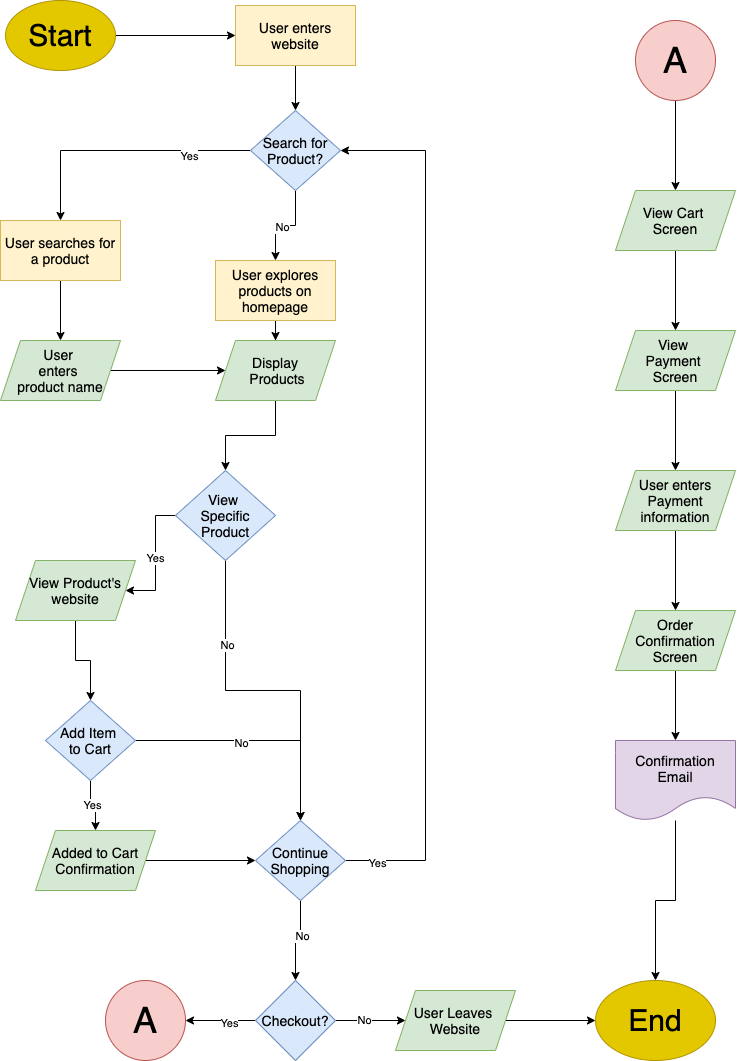
This is part2/part2.drawio.png from Manav-Ram19/wi21-cse110-lab4, a draw.io export, as it was before one commit. Source tidied: cells renumbered, new cells last; positions are measured from the earlier drawing's top-left corner, leaving out a move shared by most shapes.
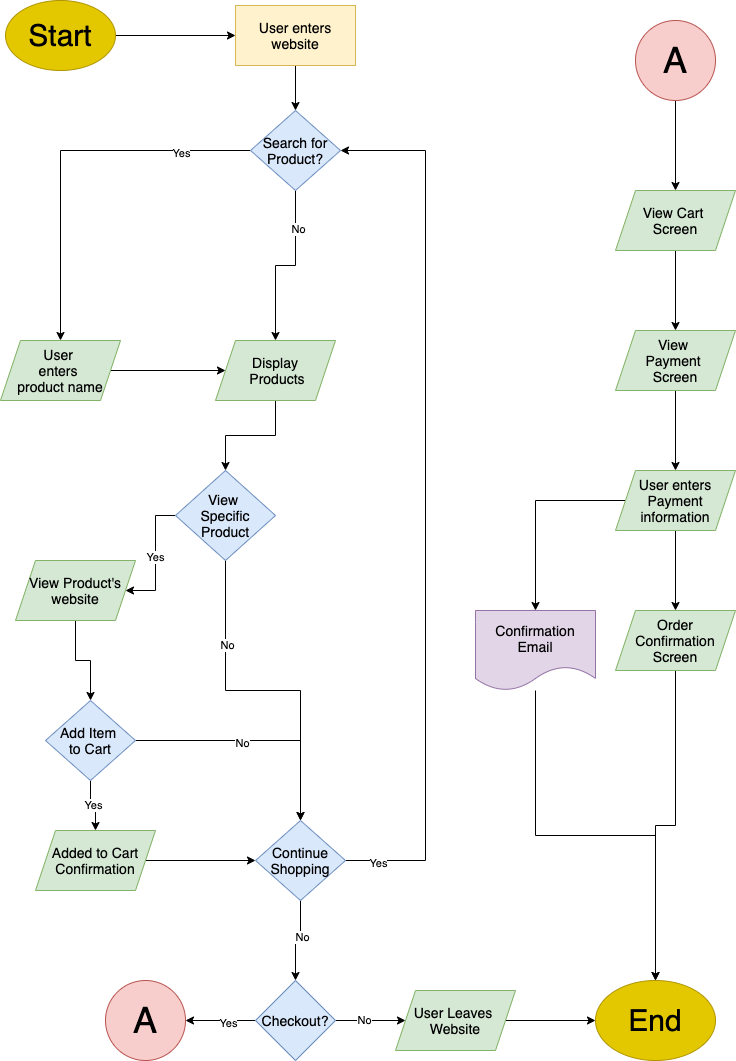
The same diagram one commit later.

Diff of the diagram source:
```diff
@@ -14,18 +14,6 @@
     <mxCell id="5" value="&lt;font color=&quot;#000000&quot; style=&quot;font-size: 14px&quot;&gt;User enters website&lt;/font&gt;" style="rounded=0;whiteSpace=wrap;html=1;fillColor=#fff2cc;strokeColor=#d6b656;" parent="1" vertex="1">
       <mxGeometry x="235" y="5" width="120" height="60" as="geometry" />
     </mxCell>
-    <mxCell id="6" style="edgeStyle=orthogonalEdgeStyle;rounded=0;jettySize=auto;html=1;shadow=0;" parent="1" edge="1" source="7" target="13">
-      <mxGeometry relative="1" as="geometry" />
-    </mxCell>
-    <mxCell id="7" value="&lt;font color=&quot;#000000&quot; style=&quot;font-size: 14px&quot;&gt;User explores products on homepage&lt;/font&gt;" style="rounded=0;whiteSpace=wrap;html=1;fillColor=#fff2cc;strokeColor=#d6b656;" parent="1" vertex="1">
-      <mxGeometry x="215" y="260" width="120" height="60" as="geometry" />
-    </mxCell>
-    <mxCell id="8" style="edgeStyle=orthogonalEdgeStyle;rounded=0;jettySize=auto;html=1;shadow=0;" parent="1" edge="1" source="9" target="11">
-      <mxGeometry relative="1" as="geometry" />
-    </mxCell>
-    <mxCell id="9" value="&lt;font color=&quot;#000000&quot; style=&quot;font-size: 14px&quot;&gt;User searches for a product&lt;/font&gt;" style="rounded=0;whiteSpace=wrap;html=1;fillColor=#fff2cc;strokeColor=#d6b656;" parent="1" vertex="1">
-      <mxGeometry y="220" width="120" height="60" as="geometry" />
-    </mxCell>
     <mxCell id="10" style="edgeStyle=orthogonalEdgeStyle;rounded=0;jettySize=auto;html=1;shadow=0;" parent="1" edge="1" source="11" target="13">
       <mxGeometry relative="1" as="geometry" />
     </mxCell>
@@ -94,19 +82,17 @@
     <mxCell id="30" value="&lt;font color=&quot;#000000&quot; style=&quot;font-size: 14px&quot;&gt;Continue Shopping&lt;/font&gt;" style="rhombus;whiteSpace=wrap;html=1;rounded=0;strokeColor=#6c8ebf;fillColor=#dae8fc;" parent="1" vertex="1">
       <mxGeometry x="255" y="820" width="90" height="80" as="geometry" />
     </mxCell>
-    <mxCell id="31" style="edgeStyle=orthogonalEdgeStyle;rounded=0;jettySize=auto;html=1;entryX=0.5;entryY=0;entryDx=0;entryDy=0;shadow=0;" parent="1" edge="1" source="35" target="9">
-      <mxGeometry relative="1" as="geometry" />
-    </mxCell>
+    <mxCell id="57" style="edgeStyle=orthogonalEdgeStyle;rounded=0;jettySize=auto;html=1;" parent="1" edge="1" source="35" target="11">
+      <mxGeometry relative="1" as="geometry" />
+    </mxCell>
-    <mxCell id="32" value="Yes" style="edgeLabel;html=1;align=center;verticalAlign=middle;" parent="31" vertex="1">
-      <mxGeometry x="-0.53" y="5" relative="1" as="geometry" />
+    <mxCell id="32" value="Yes" style="edgeLabel;html=1;align=center;verticalAlign=middle;" parent="57" vertex="1">
+      <mxGeometry x="-0.63" y="2" relative="1" as="geometry" />
     </mxCell>
-    <mxCell id="33" style="edgeStyle=orthogonalEdgeStyle;rounded=0;jettySize=auto;html=1;entryX=0.5;entryY=0;entryDx=0;entryDy=0;shadow=0;" parent="1" edge="1" source="35" target="7">
-      <mxGeometry relative="1" as="geometry" />
-    </mxCell>
+    <mxCell id="58" style="edgeStyle=orthogonalEdgeStyle;rounded=0;jettySize=auto;html=1;" parent="1" edge="1" source="35" target="13">
+      <mxGeometry relative="1" as="geometry" />
+    </mxCell>
-    <mxCell id="34" value="No" style="edgeLabel;html=1;align=center;verticalAlign=middle;" parent="33" vertex="1">
-      <mxGeometry x="0.11" y="1" relative="1" as="geometry">
-        <mxPoint x="1" as="offset" />
-      </mxGeometry>
+    <mxCell id="34" value="No" style="edgeLabel;html=1;align=center;verticalAlign=middle;" parent="58" vertex="1">
+      <mxGeometry x="-0.54" y="2" relative="1" as="geometry" />
     </mxCell>
     <mxCell id="35" value="&lt;font color=&quot;#000000&quot; style=&quot;font-size: 14px&quot;&gt;Search for Product?&lt;/font&gt;" style="rhombus;whiteSpace=wrap;html=1;rounded=0;strokeColor=#6c8ebf;fillColor=#dae8fc;" parent="1" vertex="1">
       <mxGeometry x="250" y="110" width="90" height="80" as="geometry" />
@@ -159,12 +145,15 @@
     <mxCell id="51" style="edgeStyle=orthogonalEdgeStyle;rounded=0;jettySize=auto;html=1;shadow=0;" parent="1" edge="1" source="52" target="54">
       <mxGeometry relative="1" as="geometry" />
     </mxCell>
+    <mxCell id="59" style="edgeStyle=orthogonalEdgeStyle;rounded=0;jettySize=auto;html=1;" parent="1" edge="1" source="52" target="56">
+      <mxGeometry relative="1" as="geometry" />
+    </mxCell>
     <mxCell id="52" value="&lt;font color=&quot;#000000&quot;&gt;&lt;span style=&quot;font-size: 14px&quot;&gt;User enters Payment information&lt;/span&gt;&lt;/font&gt;" style="shape=parallelogram;perimeter=parallelogramPerimeter;whiteSpace=wrap;html=1;fixedSize=1;strokeColor=#82b366;fillColor=#d5e8d4;" parent="1" vertex="1">
       <mxGeometry x="615" y="470" width="120" height="60" as="geometry" />
     </mxCell>
-    <mxCell id="53" style="edgeStyle=orthogonalEdgeStyle;rounded=0;jettySize=auto;html=1;shadow=0;" parent="1" edge="1" source="54" target="56">
-      <mxGeometry relative="1" as="geometry" />
-    </mxCell>
+    <mxCell id="60" style="edgeStyle=orthogonalEdgeStyle;rounded=0;jettySize=auto;html=1;" parent="1" edge="1" source="54" target="43">
+      <mxGeometry relative="1" as="geometry" />
+    </mxCell>
     <mxCell id="54" value="&lt;font color=&quot;#000000&quot;&gt;&lt;span style=&quot;font-size: 14px&quot;&gt;Order Confirmation Screen&lt;/span&gt;&lt;/font&gt;" style="shape=parallelogram;perimeter=parallelogramPerimeter;whiteSpace=wrap;html=1;fixedSize=1;strokeColor=#82b366;fillColor=#d5e8d4;" parent="1" vertex="1">
       <mxGeometry x="615" y="610" width="120" height="60" as="geometry" />
     </mxCell>
@@ -172,7 +161,7 @@
       <mxGeometry relative="1" as="geometry" />
     </mxCell>
     <mxCell id="56" value="&lt;span style=&quot;font-size: 14px&quot;&gt;&lt;font color=&quot;#000000&quot;&gt;Confirmation Email&lt;/font&gt;&lt;/span&gt;" style="shape=document;whiteSpace=wrap;html=1;boundedLbl=1;fillColor=#e1d5e7;strokeColor=#9673a6;" parent="1" vertex="1">
-      <mxGeometry x="615" y="740" width="120" height="80" as="geometry" />
+      <mxGeometry x="475" y="610" width="120" height="80" as="geometry" />
     </mxCell>
   </root>
 </mxGraphModel>
```
